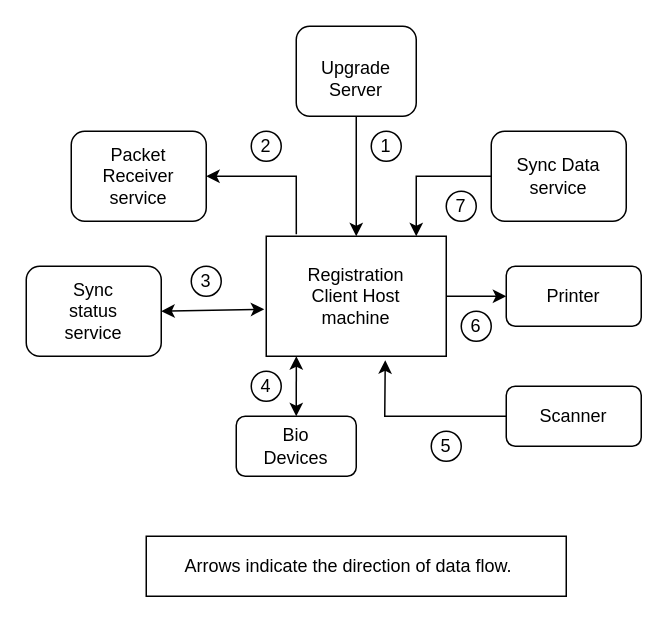
This is docs/_images/reg-client.drawio from mosip/documentation, a draw.io file, before an edit. Source tidied: cells renumbered, new cells numbered last; positions are measured from the earlier drawing's top-left corner, leaving out a move shared by most shapes. Both pictures are drawn from the tidied source at 150%, with x=0, y=0 at pixel (26, 26).
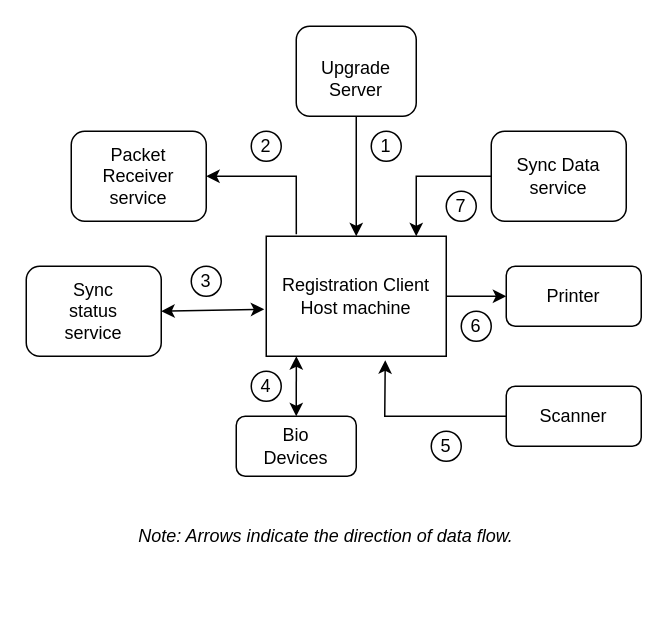
The same page after the edit.

Change to the diagram source:
```diff
@@
     <mxCell id="3" value="Registration Client Host machine" style="text;html=1;strokeColor=none;fillColor=none;align=center;verticalAlign=middle;whiteSpace=wrap;rounded=0;" parent="1" vertex="1">
-      <mxGeometry x="170" y="165" width="100" height="30" as="geometry" />
+      <mxGeometry x="160" y="160" width="120" height="40" as="geometry" />
     </mxCell>
@@
-    <mxCell id="33" style="rounded=0;whiteSpace=wrap;html=1;" parent="1" vertex="1">
-      <mxGeometry x="80" y="340" width="280" height="40" as="geometry" />
-    </mxCell>
-    <mxCell id="34" value="Arrows indicate the direction of data flow." style="text;html=1;strokeColor=none;fillColor=none;align=center;verticalAlign=middle;whiteSpace=wrap;rounded=0;" parent="1" vertex="1">
-      <mxGeometry x="20" y="340" width="390" height="40" as="geometry" />
+    <mxCell id="34" value="&lt;i&gt;Note: Arrows indicate the direction of data flow.&lt;/i&gt;" style="text;html=1;strokeColor=none;fillColor=none;align=center;verticalAlign=middle;whiteSpace=wrap;rounded=0;" parent="1" vertex="1">
+      <mxGeometry x="5" y="320" width="390" height="40" as="geometry" />
     </mxCell>
```
